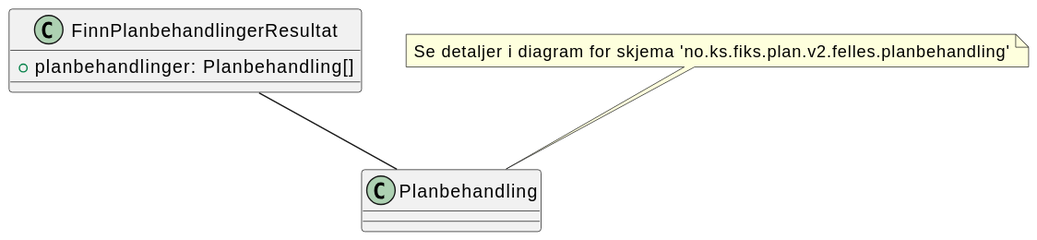
This is Dokumentasjon/V2/ClassDiagrams/no.ks.fiks.plan.v2.innsyn.planbehandlinger.finn.resultat/planbehandlinger-finn-resultat.svg from ks-no/fiks-plan-specification, a PlantUML export, as it was before one commit.
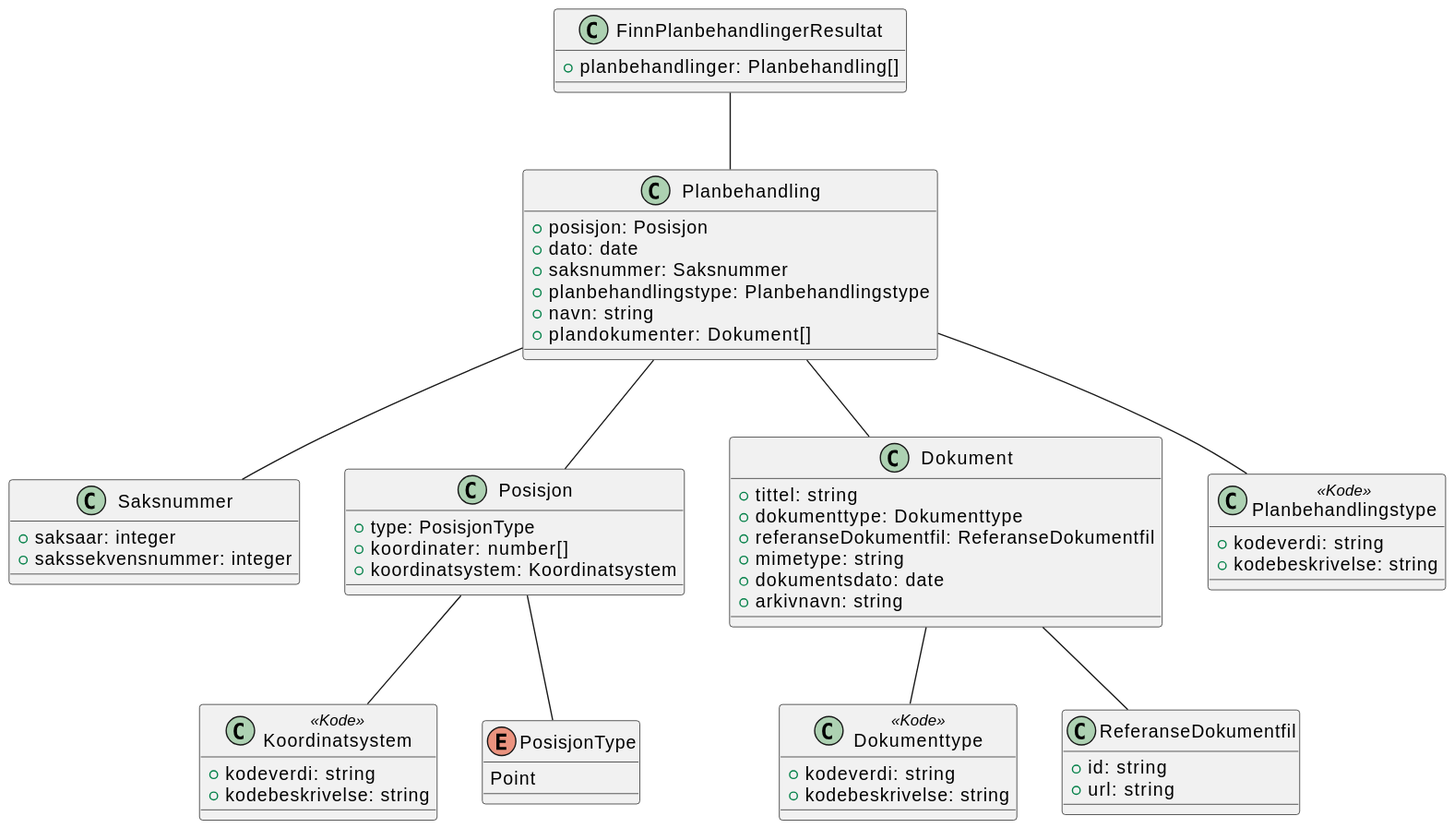
After the commit.

Diff of the diagram source:
```diff
@@ -1,9 +1,9 @@
 @startuml
+!include ./../no.ks.fiks.plan.v2.felles.planbehandling/planbehandling.pu
+
 class FinnPlanbehandlingerResultat {
     +planbehandlinger: Planbehandling[]
 }
 
 FinnPlanbehandlingerResultat -- Planbehandling
-
-note top of Planbehandling : Se detaljer i diagram for skjema 'no.ks.fiks.plan.v2.felles.planbehandling'
 @enduml
```
